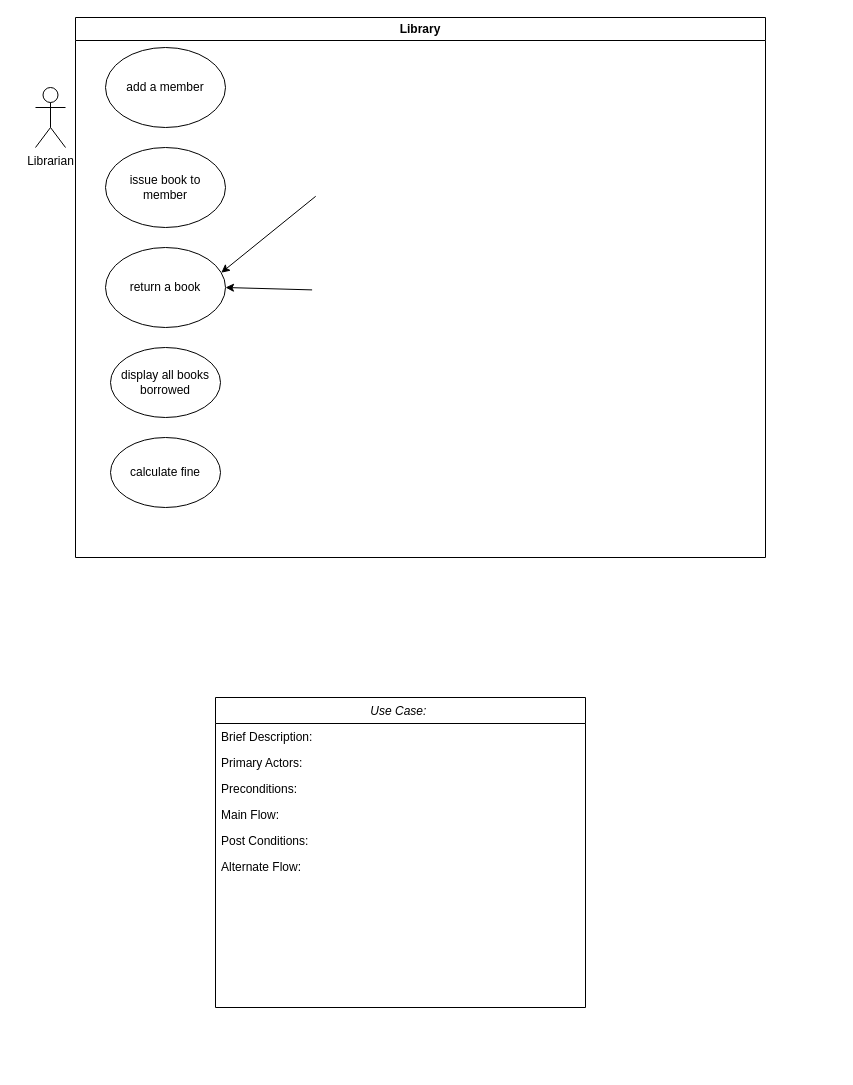
The draw.io diagram Untitled Diagram.drawio in gablmao/library-system, before the edit. Source tidied: cells renumbered, new cells numbered last; positions are measured from the earlier drawing's top-left corner, leaving out a move shared by most shapes. Both pictures are drawn from the tidied source at 100%, with x=0, y=0 at pixel (35, 17).
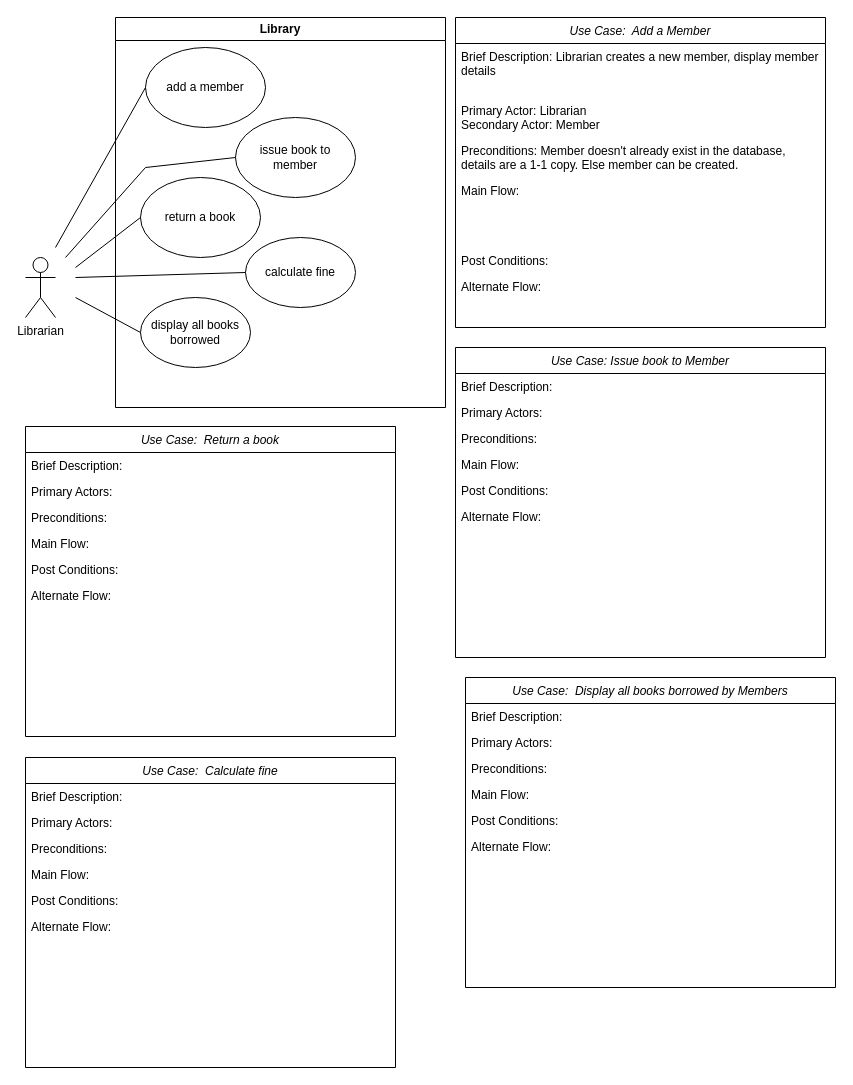
Above is the later version.

Unchanged cells that the change refers to:
```xml
<mxCell id="12" value="add a member" style="ellipse;whiteSpace=wrap;html=1;" parent="10" vertex="1">
  <mxGeometry x="30" y="30" width="120" height="80" as="geometry" />
</mxCell>
```

The edit, as a diff of the source:
```diff
@@
-    <mxCell id="2" value="Use Case: " style="swimlane;fontStyle=2;align=center;verticalAlign=top;horizontal=1;startSize=26;rounded=0;shadow=0;strokeWidth=1;" parent="1" vertex="1">
-      <mxGeometry x="180" y="680" width="370" height="310" as="geometry" />
+    <mxCell id="2" value="Use Case:  Add a Member" style="swimlane;fontStyle=2;align=center;verticalAlign=top;horizontal=1;startSize=26;rounded=0;shadow=0;strokeWidth=1;" parent="1" vertex="1">
+      <mxGeometry x="420" width="370" height="310" as="geometry" />
     </mxCell>
-    <mxCell id="3" value="Brief Description: " style="text;align=left;verticalAlign=top;spacingLeft=4;spacingRight=4;overflow=hidden;" parent="2" vertex="1">
-      <mxGeometry y="26" width="370" height="26" as="geometry" />
+    <mxCell id="3" value="Brief Description: Librarian creates a new member, display member &#10;details" style="text;align=left;verticalAlign=top;spacingLeft=4;spacingRight=4;overflow=hidden;" parent="2" vertex="1">
+      <mxGeometry y="26" width="370" height="54" as="geometry" />
     </mxCell>
-    <mxCell id="4" value="Primary Actors: " style="text;align=left;verticalAlign=top;spacingLeft=4;spacingRight=4;overflow=hidden;rounded=0;shadow=0;html=0;" parent="2" vertex="1">
-      <mxGeometry y="52" width="370" height="26" as="geometry" />
+    <mxCell id="4" value="Primary Actor: Librarian&#10;Secondary Actor: Member" style="text;align=left;verticalAlign=top;spacingLeft=4;spacingRight=4;overflow=hidden;rounded=0;shadow=0;html=0;" parent="2" vertex="1">
+      <mxGeometry y="80" width="370" height="40" as="geometry" />
     </mxCell>
-    <mxCell id="5" value="Preconditions: " style="text;align=left;verticalAlign=top;spacingLeft=4;spacingRight=4;overflow=hidden;rounded=0;shadow=0;html=0;" parent="2" vertex="1">
-      <mxGeometry y="78" width="370" height="26" as="geometry" />
+    <mxCell id="5" value="Preconditions: Member doesn't already exist in the database,&#10;details are a 1-1 copy. Else member can be created." style="text;align=left;verticalAlign=top;spacingLeft=4;spacingRight=4;overflow=hidden;rounded=0;shadow=0;html=0;" parent="2" vertex="1">
+      <mxGeometry y="120" width="370" height="40" as="geometry" />
     </mxCell>
     <mxCell id="6" value="Main Flow: " style="text;align=left;verticalAlign=top;spacingLeft=4;spacingRight=4;overflow=hidden;" parent="2" vertex="1">
-      <mxGeometry y="104" width="370" height="26" as="geometry" />
+      <mxGeometry y="160" width="370" height="70" as="geometry" />
     </mxCell>
     <mxCell id="7" value="Post Conditions:" style="text;align=left;verticalAlign=top;spacingLeft=4;spacingRight=4;overflow=hidden;" parent="2" vertex="1">
-      <mxGeometry y="130" width="370" height="26" as="geometry" />
+      <mxGeometry y="230" width="370" height="26" as="geometry" />
     </mxCell>
     <mxCell id="8" value="Alternate Flow:" style="text;align=left;verticalAlign=top;spacingLeft=4;spacingRight=4;overflow=hidden;" parent="2" vertex="1">
-      <mxGeometry y="156" width="370" height="26" as="geometry" />
+      <mxGeometry y="256" width="370" height="26" as="geometry" />
     </mxCell>
     <mxCell id="9" value="Librarian" style="shape=umlActor;verticalLabelPosition=bottom;verticalAlign=top;html=1;" parent="1" vertex="1">
-      <mxGeometry y="70" width="30" height="60" as="geometry" />
+      <mxGeometry x="-10" y="240" width="30" height="60" as="geometry" />
     </mxCell>
     <mxCell id="10" value="Library" style="swimlane;whiteSpace=wrap;html=1;" parent="1" vertex="1">
-      <mxGeometry x="40" width="690" height="540" as="geometry" />
+      <mxGeometry x="80" width="330" height="390" as="geometry" />
     </mxCell>
     <mxCell id="11" value="display all books borrowed" style="ellipse;whiteSpace=wrap;html=1;" parent="10" vertex="1">
-      <mxGeometry x="35" y="330" width="110" height="70" as="geometry" />
+      <mxGeometry x="25" y="280" width="110" height="70" as="geometry" />
     </mxCell>
@@
     <mxCell id="13" value="return a book" style="ellipse;whiteSpace=wrap;html=1;" parent="10" vertex="1">
-      <mxGeometry x="30" y="230" width="120" height="80" as="geometry" />
+      <mxGeometry x="25" y="160" width="120" height="80" as="geometry" />
     </mxCell>
-    <mxCell id="14" style="endArrow=classic;html=1;rounded=0;exitX=0.055;exitY=0.28;exitDx=0;exitDy=0;exitPerimeter=0;entryX=1;entryY=0.5;entryDx=0;entryDy=0;" parent="10" edge="1" target="13">
-      <mxGeometry relative="1" as="geometry">
-        <mxPoint x="236.6" y="272.4" as="sourcePoint" />
-      </mxGeometry>
-    </mxCell>
-    <mxCell id="15" style="endArrow=classic;html=1;rounded=0;exitX=0.002;exitY=0.61;exitDx=0;exitDy=0;exitPerimeter=0;entryX=0.965;entryY=0.315;entryDx=0;entryDy=0;entryPerimeter=0;" parent="10" edge="1" target="13">
-      <mxGeometry relative="1" as="geometry">
-        <mxPoint x="240.2" y="178.8" as="sourcePoint" />
-      </mxGeometry>
-    </mxCell>
     <mxCell id="16" value="issue book to member" style="ellipse;whiteSpace=wrap;html=1;" parent="10" vertex="1">
-      <mxGeometry x="30" y="130" width="120" height="80" as="geometry" />
+      <mxGeometry x="120" y="100" width="120" height="80" as="geometry" />
     </mxCell>
     <mxCell id="17" value="calculate fine" style="ellipse;whiteSpace=wrap;html=1;" parent="10" vertex="1">
-      <mxGeometry x="35" y="420" width="110" height="70" as="geometry" />
+      <mxGeometry x="130" y="220" width="110" height="70" as="geometry" />
     </mxCell>
+    <mxCell id="18" style="endArrow=none;html=1;rounded=0;entryX=0;entryY=0.5;entryDx=0;entryDy=0;" parent="10" edge="1" target="12">
+      <mxGeometry relative="1" as="geometry">
+        <mxPoint x="-60" y="230" as="sourcePoint" />
+      </mxGeometry>
+    </mxCell>
+    <mxCell id="19" value="Use Case: Issue book to Member" style="swimlane;fontStyle=2;align=center;verticalAlign=top;horizontal=1;startSize=26;rounded=0;shadow=0;strokeWidth=1;" parent="1" vertex="1">
+      <mxGeometry x="420" y="330" width="370" height="310" as="geometry" />
+    </mxCell>
+    <mxCell id="20" value="Brief Description: " style="text;align=left;verticalAlign=top;spacingLeft=4;spacingRight=4;overflow=hidden;" parent="19" vertex="1">
+      <mxGeometry y="26" width="370" height="26" as="geometry" />
+    </mxCell>
+    <mxCell id="21" value="Primary Actors: " style="text;align=left;verticalAlign=top;spacingLeft=4;spacingRight=4;overflow=hidden;rounded=0;shadow=0;html=0;" parent="19" vertex="1">
+      <mxGeometry y="52" width="370" height="26" as="geometry" />
+    </mxCell>
+    <mxCell id="22" value="Preconditions: " style="text;align=left;verticalAlign=top;spacingLeft=4;spacingRight=4;overflow=hidden;rounded=0;shadow=0;html=0;" parent="19" vertex="1">
+      <mxGeometry y="78" width="370" height="26" as="geometry" />
+    </mxCell>
+    <mxCell id="23" value="Main Flow: " style="text;align=left;verticalAlign=top;spacingLeft=4;spacingRight=4;overflow=hidden;" parent="19" vertex="1">
+      <mxGeometry y="104" width="370" height="26" as="geometry" />
+    </mxCell>
+    <mxCell id="24" value="Post Conditions:" style="text;align=left;verticalAlign=top;spacingLeft=4;spacingRight=4;overflow=hidden;" parent="19" vertex="1">
+      <mxGeometry y="130" width="370" height="26" as="geometry" />
+    </mxCell>
+    <mxCell id="25" value="Alternate Flow:" style="text;align=left;verticalAlign=top;spacingLeft=4;spacingRight=4;overflow=hidden;" parent="19" vertex="1">
+      <mxGeometry y="156" width="370" height="26" as="geometry" />
+    </mxCell>
+    <mxCell id="26" value="Use Case:  Return a book" style="swimlane;fontStyle=2;align=center;verticalAlign=top;horizontal=1;startSize=26;rounded=0;shadow=0;strokeWidth=1;" parent="1" vertex="1">
+      <mxGeometry x="-10" y="409" width="370" height="310" as="geometry" />
+    </mxCell>
+    <mxCell id="27" value="Brief Description: " style="text;align=left;verticalAlign=top;spacingLeft=4;spacingRight=4;overflow=hidden;" parent="26" vertex="1">
+      <mxGeometry y="26" width="370" height="26" as="geometry" />
+    </mxCell>
+    <mxCell id="28" value="Primary Actors: " style="text;align=left;verticalAlign=top;spacingLeft=4;spacingRight=4;overflow=hidden;rounded=0;shadow=0;html=0;" parent="26" vertex="1">
+      <mxGeometry y="52" width="370" height="26" as="geometry" />
+    </mxCell>
+    <mxCell id="29" value="Preconditions: " style="text;align=left;verticalAlign=top;spacingLeft=4;spacingRight=4;overflow=hidden;rounded=0;shadow=0;html=0;" parent="26" vertex="1">
+      <mxGeometry y="78" width="370" height="26" as="geometry" />
+    </mxCell>
+    <mxCell id="30" value="Main Flow: " style="text;align=left;verticalAlign=top;spacingLeft=4;spacingRight=4;overflow=hidden;" parent="26" vertex="1">
+      <mxGeometry y="104" width="370" height="26" as="geometry" />
+    </mxCell>
+    <mxCell id="31" value="Post Conditions:" style="text;align=left;verticalAlign=top;spacingLeft=4;spacingRight=4;overflow=hidden;" parent="26" vertex="1">
+      <mxGeometry y="130" width="370" height="26" as="geometry" />
+    </mxCell>
+    <mxCell id="32" value="Alternate Flow:" style="text;align=left;verticalAlign=top;spacingLeft=4;spacingRight=4;overflow=hidden;" parent="26" vertex="1">
+      <mxGeometry y="156" width="370" height="26" as="geometry" />
+    </mxCell>
+    <mxCell id="33" value="Use Case:  Display all books borrowed by Members" style="swimlane;fontStyle=2;align=center;verticalAlign=top;horizontal=1;startSize=26;rounded=0;shadow=0;strokeWidth=1;" parent="1" vertex="1">
+      <mxGeometry x="430" y="660" width="370" height="310" as="geometry" />
+    </mxCell>
+    <mxCell id="34" value="Brief Description: " style="text;align=left;verticalAlign=top;spacingLeft=4;spacingRight=4;overflow=hidden;" parent="33" vertex="1">
+      <mxGeometry y="26" width="370" height="26" as="geometry" />
+    </mxCell>
+    <mxCell id="35" value="Primary Actors: " style="text;align=left;verticalAlign=top;spacingLeft=4;spacingRight=4;overflow=hidden;rounded=0;shadow=0;html=0;" parent="33" vertex="1">
+      <mxGeometry y="52" width="370" height="26" as="geometry" />
+    </mxCell>
+    <mxCell id="36" value="Preconditions: " style="text;align=left;verticalAlign=top;spacingLeft=4;spacingRight=4;overflow=hidden;rounded=0;shadow=0;html=0;" parent="33" vertex="1">
+      <mxGeometry y="78" width="370" height="26" as="geometry" />
+    </mxCell>
+    <mxCell id="37" value="Main Flow: " style="text;align=left;verticalAlign=top;spacingLeft=4;spacingRight=4;overflow=hidden;" parent="33" vertex="1">
+      <mxGeometry y="104" width="370" height="26" as="geometry" />
+    </mxCell>
+    <mxCell id="38" value="Post Conditions:" style="text;align=left;verticalAlign=top;spacingLeft=4;spacingRight=4;overflow=hidden;" parent="33" vertex="1">
+      <mxGeometry y="130" width="370" height="26" as="geometry" />
+    </mxCell>
+    <mxCell id="39" value="Alternate Flow:" style="text;align=left;verticalAlign=top;spacingLeft=4;spacingRight=4;overflow=hidden;" parent="33" vertex="1">
+      <mxGeometry y="156" width="370" height="26" as="geometry" />
+    </mxCell>
+    <mxCell id="40" value="Use Case:  Calculate fine" style="swimlane;fontStyle=2;align=center;verticalAlign=top;horizontal=1;startSize=26;rounded=0;shadow=0;strokeWidth=1;" parent="1" vertex="1">
+      <mxGeometry x="-10" y="740" width="370" height="310" as="geometry" />
+    </mxCell>
+    <mxCell id="41" value="Brief Description: " style="text;align=left;verticalAlign=top;spacingLeft=4;spacingRight=4;overflow=hidden;" parent="40" vertex="1">
+      <mxGeometry y="26" width="370" height="26" as="geometry" />
+    </mxCell>
+    <mxCell id="42" value="Primary Actors: " style="text;align=left;verticalAlign=top;spacingLeft=4;spacingRight=4;overflow=hidden;rounded=0;shadow=0;html=0;" parent="40" vertex="1">
+      <mxGeometry y="52" width="370" height="26" as="geometry" />
+    </mxCell>
+    <mxCell id="43" value="Preconditions: " style="text;align=left;verticalAlign=top;spacingLeft=4;spacingRight=4;overflow=hidden;rounded=0;shadow=0;html=0;" parent="40" vertex="1">
+      <mxGeometry y="78" width="370" height="26" as="geometry" />
+    </mxCell>
+    <mxCell id="44" value="Main Flow: " style="text;align=left;verticalAlign=top;spacingLeft=4;spacingRight=4;overflow=hidden;" parent="40" vertex="1">
+      <mxGeometry y="104" width="370" height="26" as="geometry" />
+    </mxCell>
+    <mxCell id="45" value="Post Conditions:" style="text;align=left;verticalAlign=top;spacingLeft=4;spacingRight=4;overflow=hidden;" parent="40" vertex="1">
+      <mxGeometry y="130" width="370" height="26" as="geometry" />
+    </mxCell>
+    <mxCell id="46" value="Alternate Flow:" style="text;align=left;verticalAlign=top;spacingLeft=4;spacingRight=4;overflow=hidden;" parent="40" vertex="1">
+      <mxGeometry y="156" width="370" height="26" as="geometry" />
+    </mxCell>
+    <mxCell id="47" style="endArrow=none;html=1;rounded=0;entryX=0;entryY=0.5;entryDx=0;entryDy=0;" parent="1" edge="1" target="16">
+      <mxGeometry relative="1" as="geometry">
+        <mxPoint x="30" y="240" as="sourcePoint" />
+        <Array as="points">
+          <mxPoint x="110" y="150" />
+        </Array>
+      </mxGeometry>
+    </mxCell>
+    <mxCell id="48" style="endArrow=none;html=1;rounded=0;entryX=0;entryY=0.5;entryDx=0;entryDy=0;" parent="1" edge="1" target="13">
+      <mxGeometry relative="1" as="geometry">
+        <mxPoint x="40" y="250" as="sourcePoint" />
+      </mxGeometry>
+    </mxCell>
+    <mxCell id="49" style="endArrow=none;html=1;rounded=0;entryX=0;entryY=0.5;entryDx=0;entryDy=0;" parent="1" edge="1" target="17">
+      <mxGeometry relative="1" as="geometry">
+        <mxPoint x="40" y="260" as="sourcePoint" />
+      </mxGeometry>
+    </mxCell>
+    <mxCell id="50" style="endArrow=none;html=1;rounded=0;entryX=0;entryY=0.5;entryDx=0;entryDy=0;" parent="1" edge="1" target="11">
+      <mxGeometry relative="1" as="geometry">
+        <mxPoint x="40" y="280" as="sourcePoint" />
+      </mxGeometry>
+    </mxCell>
```
